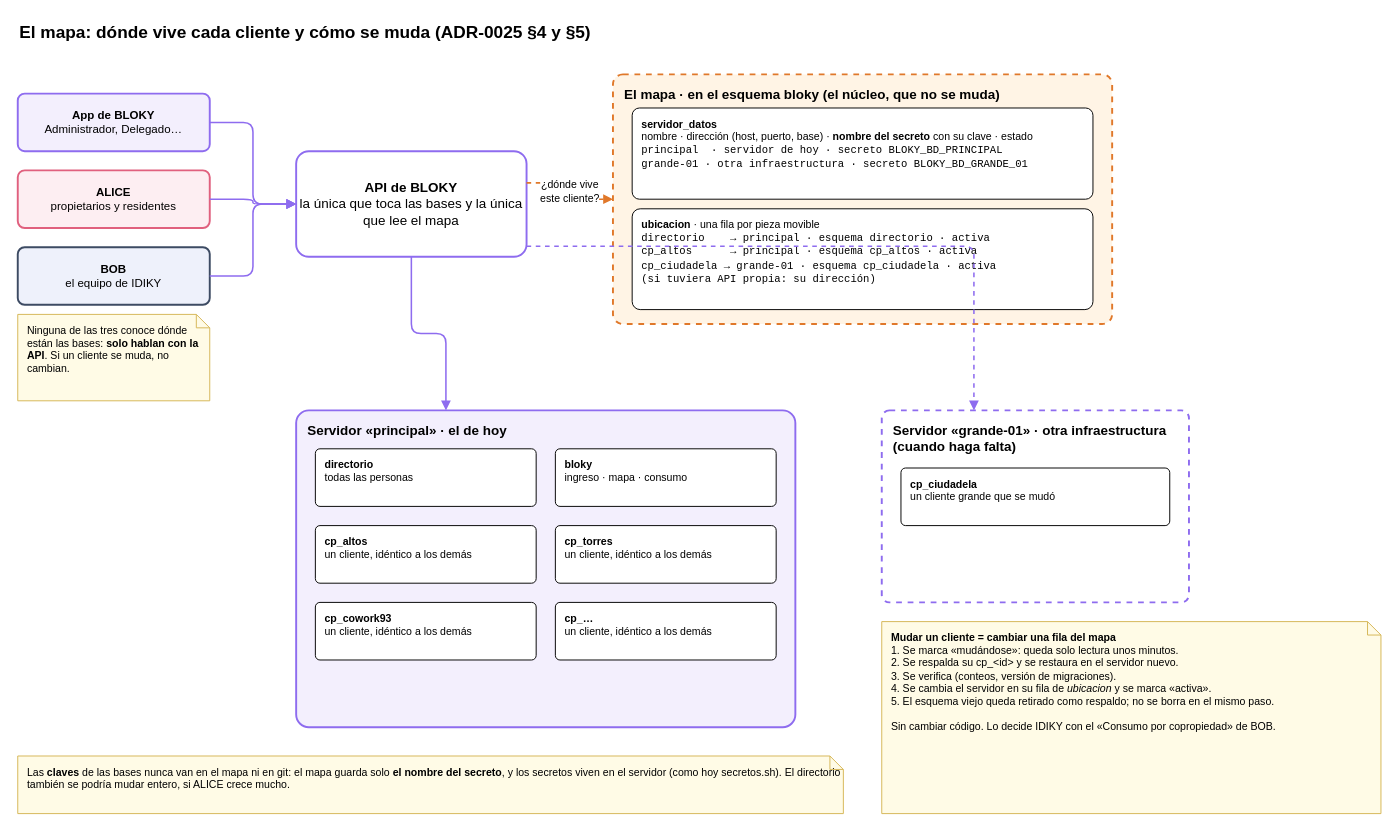
Before: page "3. El mapa: dónde vive cada cliente" (3 of 3) of docs/diagramas/reuniones-y-usuarios.drawio in neuroneter/idiky, a draw.io diagram. Source tidied: cells renumbered, new cells numbered last; positions are measured from the earlier drawing's top-left corner, leaving out a move shared by most shapes. Both pictures are drawn from the tidied source at 96%, with x=0, y=0 at pixel (17, 16).
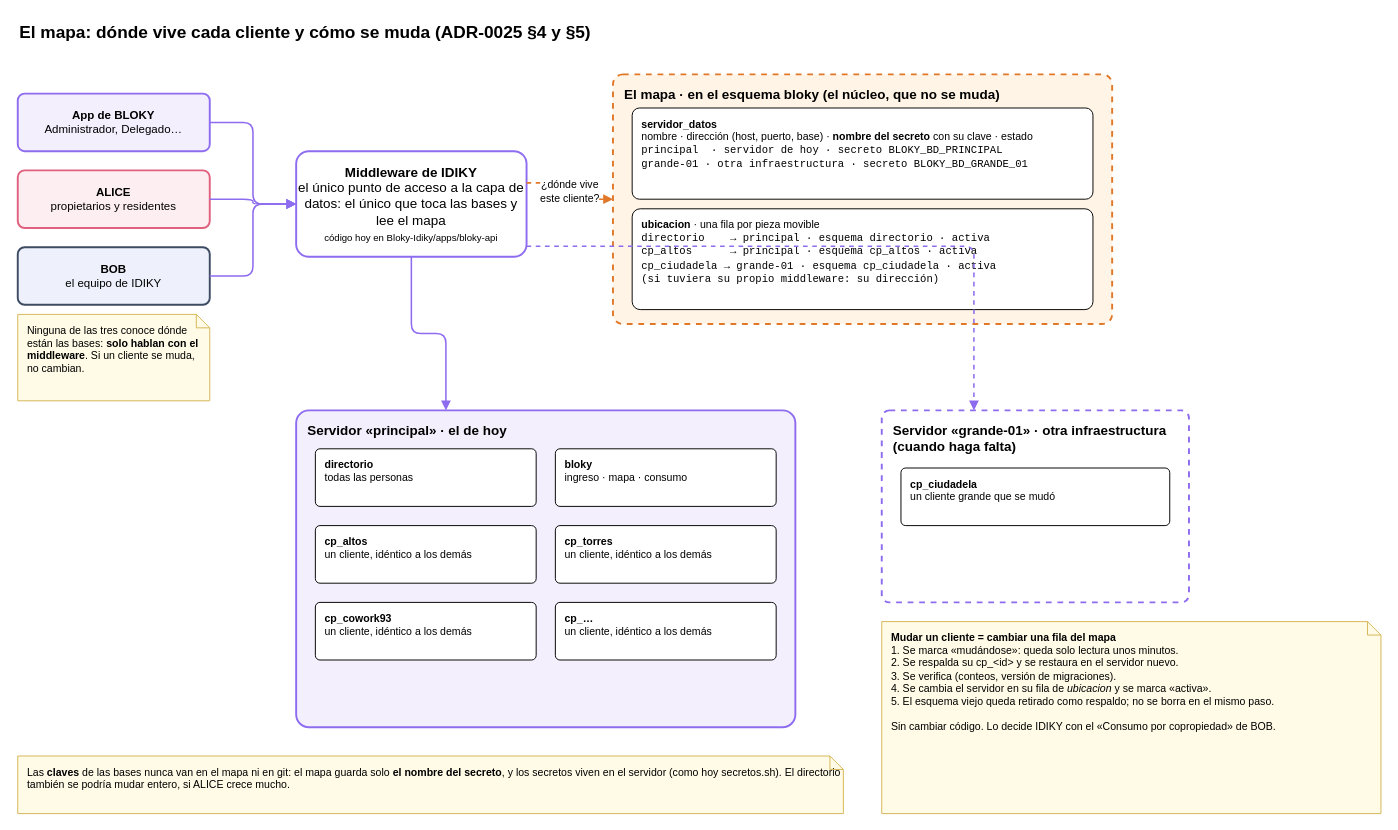
The same diagram, later.

The edit, as a diff of the source:
```diff
@@
-    <mxCell id="6" value="Ninguna de las tres conoce dónde están las bases: &lt;b&gt;solo hablan con la API&lt;/b&gt;. Si un cliente se muda, no cambian." style="shape=note;whiteSpace=wrap;html=1;size=14;align=left;verticalAlign=top;spacingLeft=8;spacingTop=4;fontSize=11;fillColor=#fffbe6;strokeColor=#d6b656;" parent="1" vertex="1">
+    <mxCell id="6" value="Ninguna de las tres conoce dónde están las bases: &lt;b&gt;solo hablan con el middleware&lt;/b&gt;. Si un cliente se muda, no cambian." style="shape=note;whiteSpace=wrap;html=1;size=14;align=left;verticalAlign=top;spacingLeft=8;spacingTop=4;fontSize=11;fillColor=#fffbe6;strokeColor=#d6b656;" parent="1" vertex="1">
       <mxGeometry y="310" width="200" height="90" as="geometry" />
     </mxCell>
-    <mxCell id="7" value="API de BLOKY&lt;br&gt;&lt;span style='font-weight:normal'&gt;la única que toca las bases y la única que lee el mapa&lt;/span&gt;" style="rounded=1;whiteSpace=wrap;html=1;fontSize=12;fontStyle=1;strokeWidth=2;arcSize=12;fillColor=#ffffff;strokeColor=#8e6cef;fontSize=14;" parent="1" vertex="1">
+    <mxCell id="7" value="Middleware de IDIKY&lt;br&gt;&lt;span style='font-weight:normal'&gt;el único punto de acceso a la capa de datos: el único que toca las bases y lee el mapa&lt;/span&gt;&lt;br&gt;&lt;span style='font-weight:normal;font-size:10px'&gt;código hoy en Bloky-Idiky/apps/bloky-api&lt;/span&gt;" style="rounded=1;whiteSpace=wrap;html=1;fontSize=12;fontStyle=1;strokeWidth=2;arcSize=12;fillColor=#ffffff;strokeColor=#8e6cef;fontSize=14;" parent="1" vertex="1">
       <mxGeometry x="290" y="140" width="240" height="110" as="geometry" />
     </mxCell>
@@
-    <mxCell id="13" value="&lt;b&gt;ubicacion&lt;/b&gt; · una fila por pieza movible&lt;br&gt;&lt;span style='font-family:monospace'&gt;directorio &amp;nbsp;&amp;nbsp;&amp;nbsp;→ principal · esquema directorio · activa&lt;br&gt;cp_altos &amp;nbsp;&amp;nbsp;&amp;nbsp;&amp;nbsp;&amp;nbsp;→ principal · esquema cp_altos · activa&lt;br&gt;cp_ciudadela → grande-01 · esquema cp_ciudadela · activa&lt;br&gt;(si tuviera API propia: su dirección)&lt;/span&gt;" style="rounded=1;whiteSpace=wrap;html=1;align=left;verticalAlign=top;spacingLeft=8;spacingTop=4;fontSize=11;arcSize=8;fillColor=#ffffff;" parent="1" vertex="1">
+    <mxCell id="13" value="&lt;b&gt;ubicacion&lt;/b&gt; · una fila por pieza movible&lt;br&gt;&lt;span style='font-family:monospace'&gt;directorio &amp;nbsp;&amp;nbsp;&amp;nbsp;→ principal · esquema directorio · activa&lt;br&gt;cp_altos &amp;nbsp;&amp;nbsp;&amp;nbsp;&amp;nbsp;&amp;nbsp;→ principal · esquema cp_altos · activa&lt;br&gt;cp_ciudadela → grande-01 · esquema cp_ciudadela · activa&lt;br&gt;(si tuviera su propio middleware: su dirección)&lt;/span&gt;" style="rounded=1;whiteSpace=wrap;html=1;align=left;verticalAlign=top;spacingLeft=8;spacingTop=4;fontSize=11;arcSize=8;fillColor=#ffffff;" parent="1" vertex="1">
       <mxGeometry x="640" y="200" width="480" height="105" as="geometry" />
     </mxCell>
```
